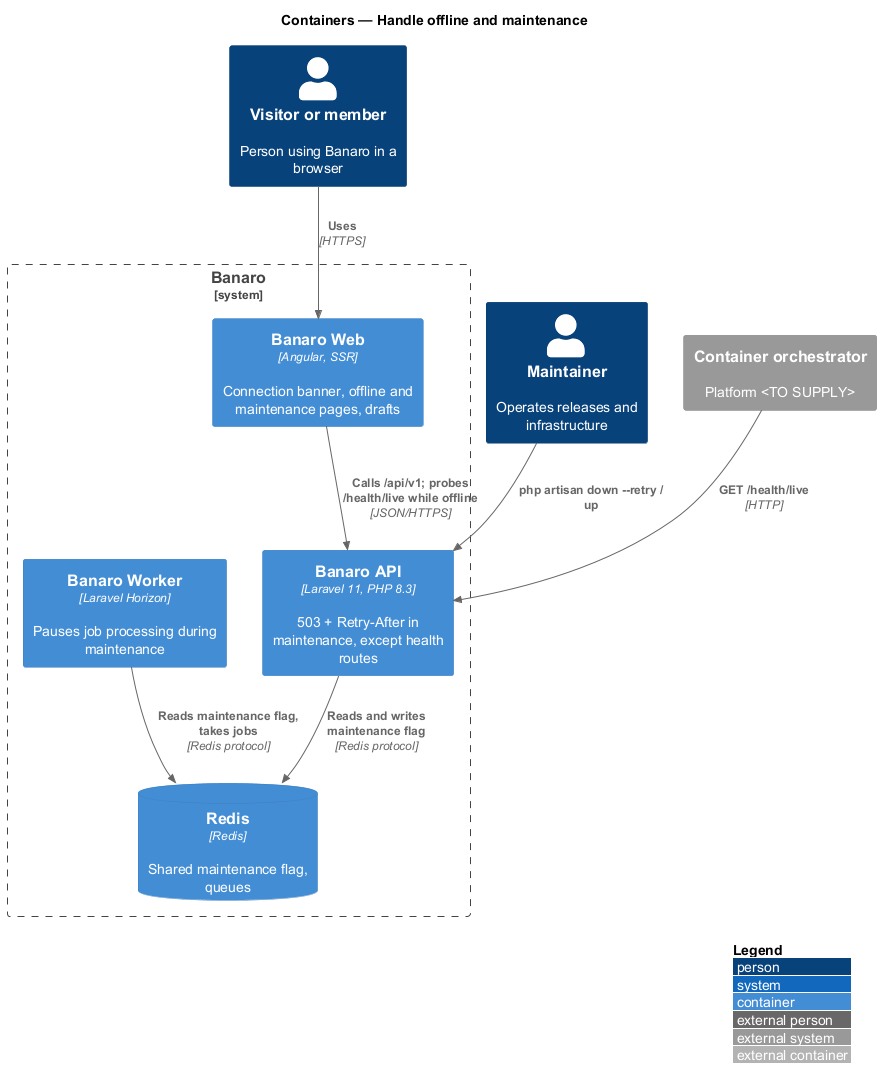
This is docs/detailed-designs/resilience/handle-offline-and-maintenance/diagrams/c4-container.png from QuinntyneBrown/banaro, a PlantUML export, as it was before one commit.
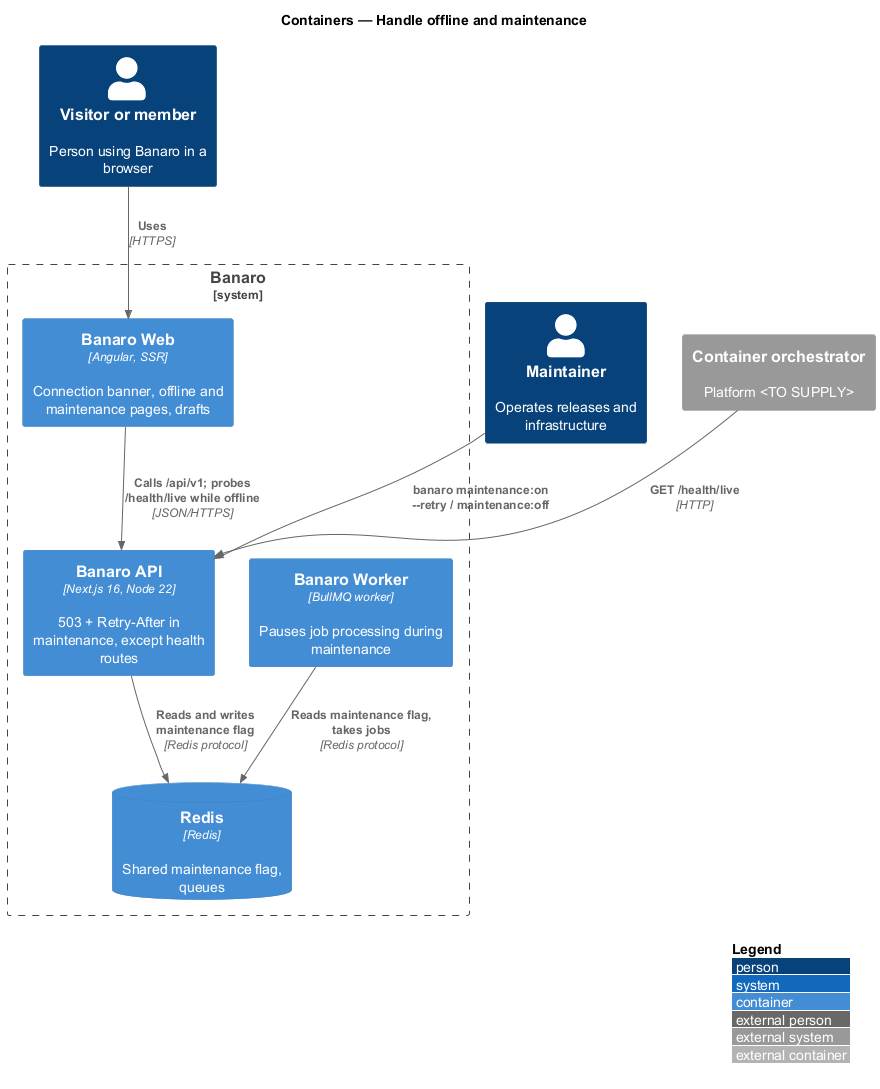
After the commit.

Diff of the diagram source:
```diff
@@ -9,14 +9,14 @@
 
 System_Boundary(banaro, "Banaro") {
   Container(web, "Banaro Web", "Angular, SSR", "Connection banner, offline and maintenance pages, drafts")
-  Container(api, "Banaro API", "Laravel 11, PHP 8.3", "503 + Retry-After in maintenance, except health routes")
-  Container(worker, "Banaro Worker", "Laravel Horizon", "Pauses job processing during maintenance")
+  Container(api, "Banaro API", "Next.js 16, Node 22", "503 + Retry-After in maintenance, except health routes")
+  Container(worker, "Banaro Worker", "BullMQ worker", "Pauses job processing during maintenance")
   ContainerDb(redis, "Redis", "Redis", "Shared maintenance flag, queues")
 }
 
 Rel(member, web, "Uses", "HTTPS")
 Rel(web, api, "Calls /api/v1; probes /health/live while offline", "JSON/HTTPS")
-Rel(maintainer, api, "php artisan down ~-~-retry / up")
+Rel(maintainer, api, "banaro maintenance:on ~-~-retry / maintenance:off")
 Rel(api, redis, "Reads and writes maintenance flag", "Redis protocol")
 Rel(worker, redis, "Reads maintenance flag, takes jobs", "Redis protocol")
 Rel(orchestrator, api, "GET /health/live", "HTTP")
```
